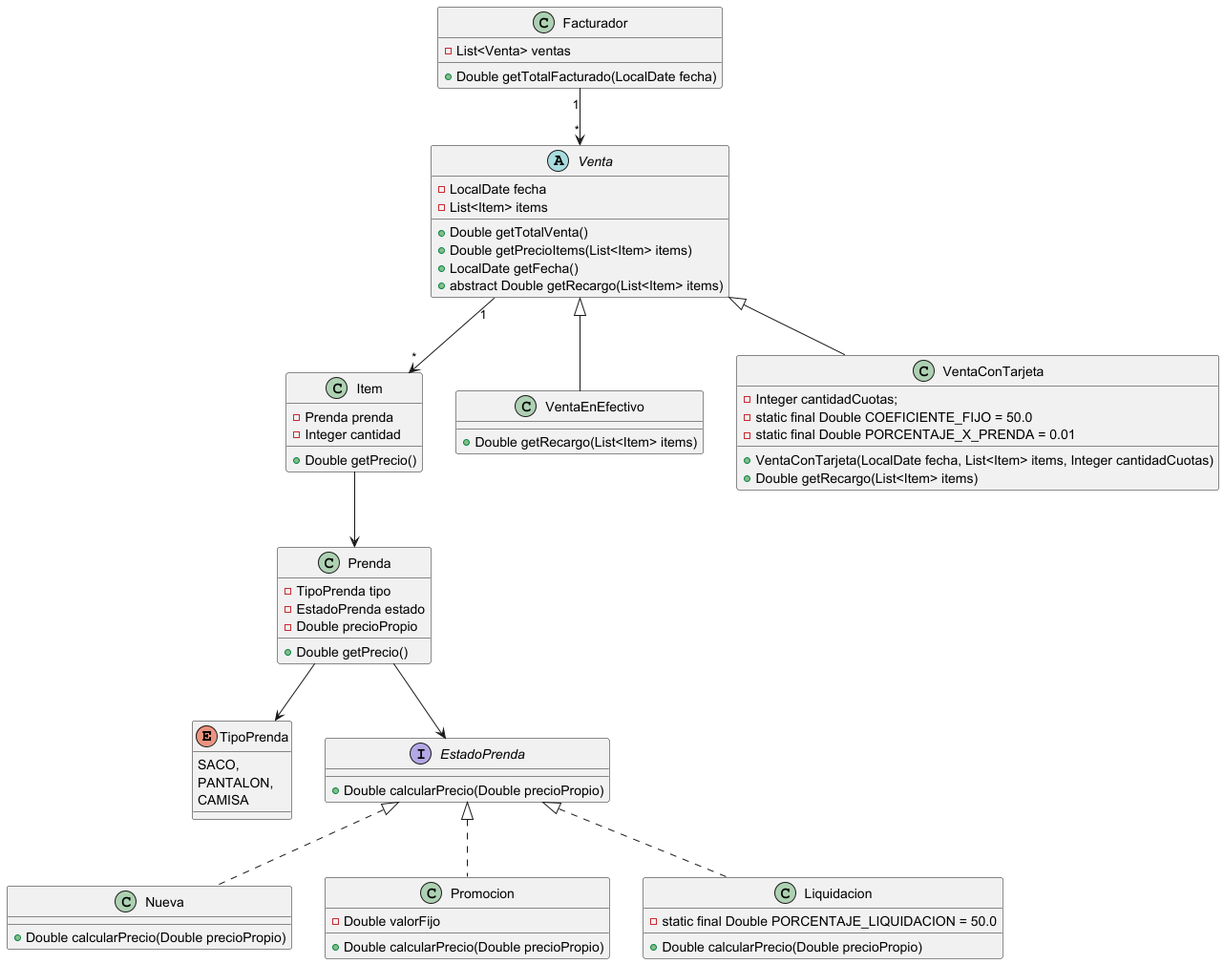
The PlantUML diagram src/main/resources/diagrama_de_clases.png in rubinhoemanuel/macowins, before a commit.
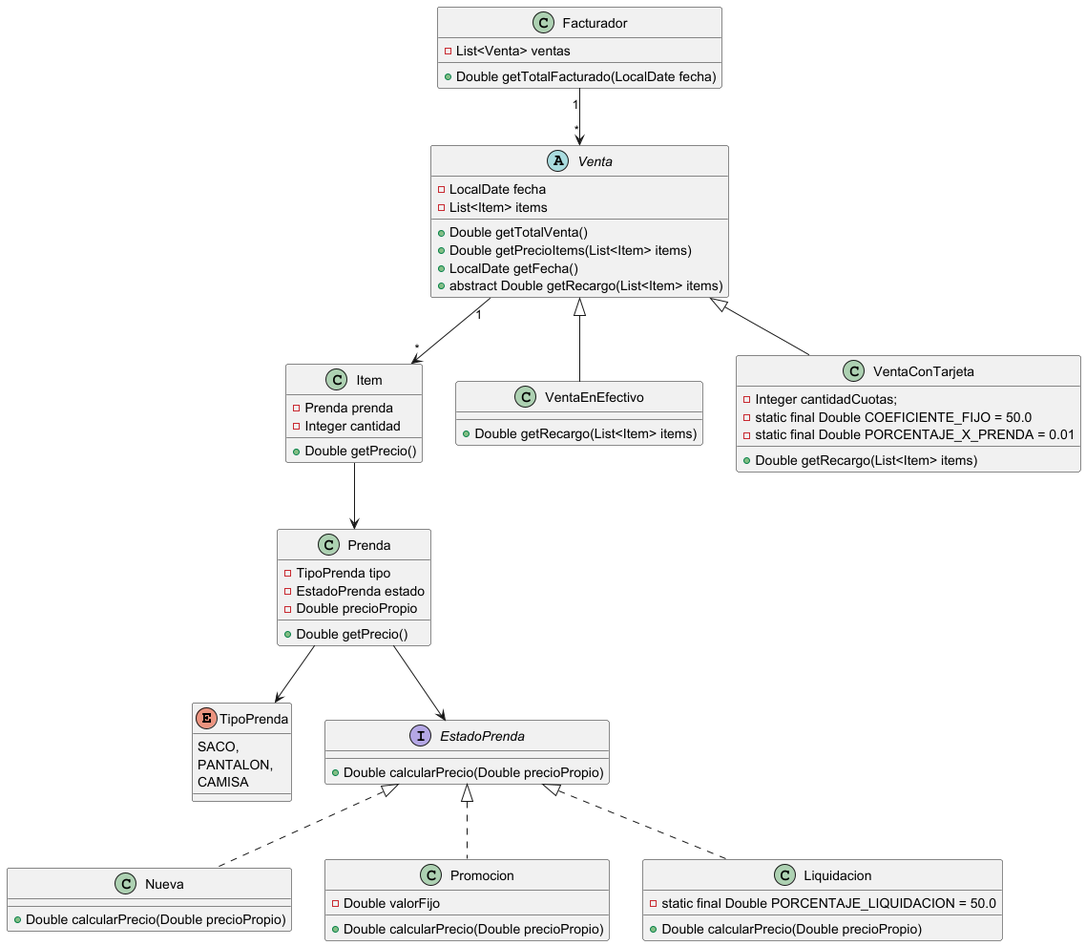
Later version of the same file.

Commit message:
Se corrige diagrama de clases

Change to the diagram source:
```diff
@@ -61,7 +61,6 @@
     -Integer cantidadCuotas;
     -static final Double COEFICIENTE_FIJO = 50.0
     -static final Double PORCENTAJE_X_PRENDA = 0.01
-    +VentaConTarjeta(LocalDate fecha, List<Item> items, Integer cantidadCuotas)
     +Double getRecargo(List<Item> items)
 }
 
```
